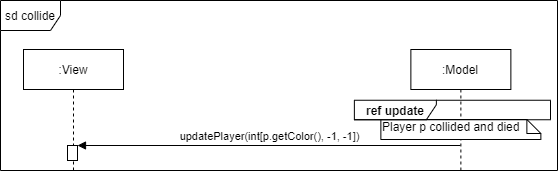
The draw.io diagram Doku/images/SD_UC5Collide.png in KjellooMelloo/gameoftrons, before a commit. Source tidied: cells renumbered, new cells last; positions are measured from the earlier drawing's top-left corner, leaving out a move shared by most shapes.
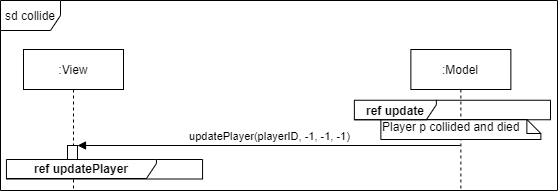
After the commit.

The edit, as a diff of the source:
```diff
@@ -3,13 +3,13 @@
     <mxCell id="0" />
     <mxCell id="1" parent="0" />
     <mxCell id="2" value="sd collide" style="shape=umlFrame;whiteSpace=wrap;html=1;fillColor=#ffffff;" parent="1" vertex="1">
-      <mxGeometry width="557" height="170" as="geometry" />
+      <mxGeometry width="557" height="190" as="geometry" />
     </mxCell>
     <mxCell id="3" value=":Model" style="shape=umlLifeline;perimeter=lifelinePerimeter;whiteSpace=wrap;html=1;outlineConnect=0;" parent="1" vertex="1">
-      <mxGeometry x="410.4" y="49" width="100" height="121" as="geometry" />
+      <mxGeometry x="410.4" y="49" width="100" height="141" as="geometry" />
     </mxCell>
     <mxCell id="4" value=":View" style="shape=umlLifeline;perimeter=lifelinePerimeter;whiteSpace=wrap;html=1;" parent="1" vertex="1">
-      <mxGeometry x="23" y="49" width="100" height="121" as="geometry" />
+      <mxGeometry x="23" y="49" width="100" height="141" as="geometry" />
     </mxCell>
     <mxCell id="5" style="html=1;points=[];perimeter=orthogonalPerimeter;" parent="4" vertex="1">
       <mxGeometry x="44" y="96" width="10" height="15" as="geometry" />
@@ -20,8 +20,11 @@
     <mxCell id="7" value="&lt;b&gt;ref update&lt;/b&gt;" style="shape=umlFrame;whiteSpace=wrap;html=1;fillColor=#ffffff;width=82;height=20;" parent="1" vertex="1">
       <mxGeometry x="353.9" y="99.8" width="196.1" height="19.5" as="geometry" />
     </mxCell>
-    <mxCell id="8" value="updatePlayer(int[p.getColor(), -1, -1])" style="html=1;verticalAlign=bottom;endArrow=block;entryX=1;entryY=0;" parent="1" edge="1" source="3" target="5">
+    <mxCell id="8" value="updatePlayer(playerID, -1, -1, -1)" style="html=1;verticalAlign=bottom;endArrow=block;entryX=1;entryY=0;" parent="1" edge="1" source="3" target="5">
       <mxGeometry relative="1" as="geometry" />
     </mxCell>
+    <mxCell id="9" value="&lt;b&gt;ref updatePlayer&lt;/b&gt;" style="shape=umlFrame;whiteSpace=wrap;html=1;fillColor=#ffffff;width=150;height=19;" parent="1" vertex="1">
+      <mxGeometry x="5.9" y="159" width="196.1" height="19.5" as="geometry" />
+    </mxCell>
   </root>
 </mxGraphModel>
```
